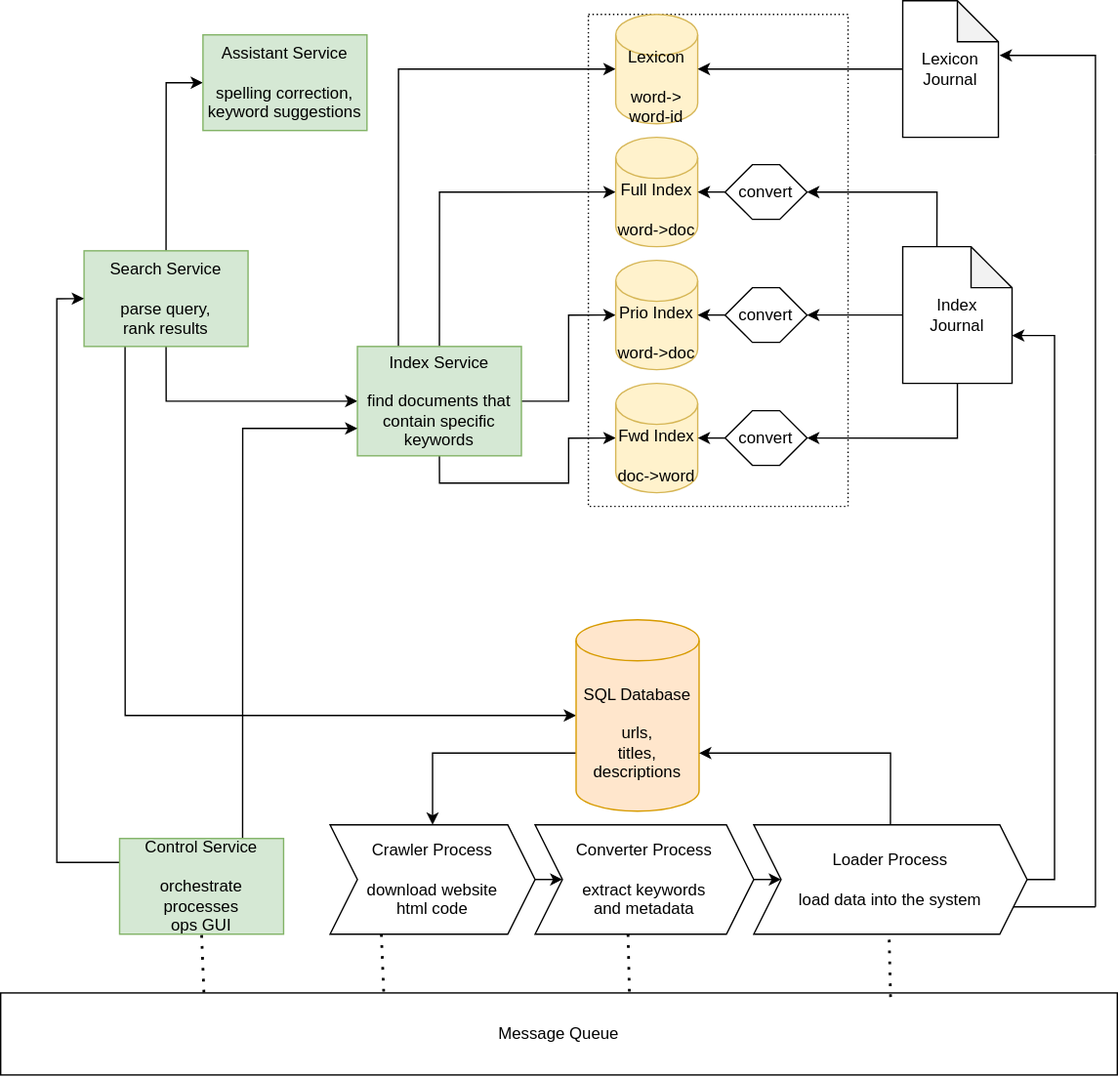
Above: doc/diagram/conceptual-overview.svg in MarginaliaSearch/MarginaliaSearch (draw.io), before the change. Source tidied: cells renumbered, new cells last; positions are measured from the earlier drawing's top-left corner, leaving out a move shared by most shapes.
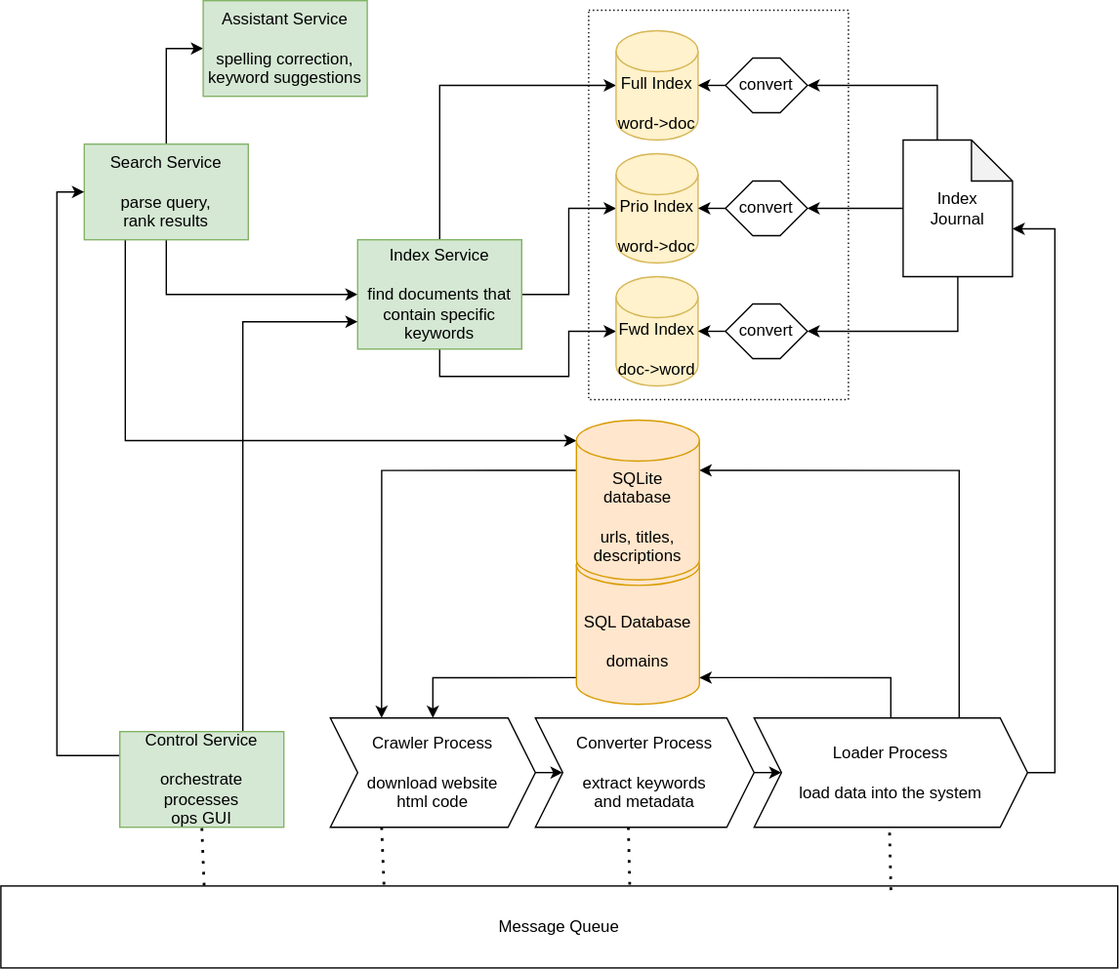
Later version of the same file.

Commit message:
(doc)  Update conceptual-overview.svg to reflect the removal of the lexicon

Diff of the diagram source:
```diff
@@ -3,7 +3,7 @@
     <mxCell id="0" />
     <mxCell id="1" parent="0" />
     <mxCell id="2" style="rounded=0;whiteSpace=wrap;html=1;dashed=1;dashPattern=1 2;" parent="1" vertex="1">
-      <mxGeometry x="430" y="10" width="190" height="360" as="geometry" />
+      <mxGeometry x="430" y="85" width="190" height="285" as="geometry" />
     </mxCell>
     <mxCell id="3" style="edgeStyle=orthogonalEdgeStyle;rounded=0;jettySize=auto;html=1;exitX=0.5;exitY=0;exitDx=0;exitDy=0;entryX=0;entryY=0.5;entryDx=0;entryDy=0;" parent="1" edge="1" source="6" target="7">
       <mxGeometry relative="1" as="geometry" />
@@ -11,14 +11,14 @@
     <mxCell id="4" style="edgeStyle=orthogonalEdgeStyle;rounded=0;jettySize=auto;html=1;exitX=0.5;exitY=1;exitDx=0;exitDy=0;entryX=0;entryY=0.5;entryDx=0;entryDy=0;" parent="1" edge="1" source="6" target="12">
       <mxGeometry relative="1" as="geometry" />
     </mxCell>
-    <mxCell id="5" style="edgeStyle=orthogonalEdgeStyle;rounded=0;jettySize=auto;html=1;exitX=0.25;exitY=1;exitDx=0;exitDy=0;entryX=0;entryY=0.5;entryDx=0;entryDy=0;entryPerimeter=0;" parent="1" edge="1" source="6" target="17">
-      <mxGeometry relative="1" as="geometry" />
-    </mxCell>
+    <mxCell id="49" style="edgeStyle=orthogonalEdgeStyle;rounded=0;jettySize=auto;html=1;exitX=0.25;exitY=1;exitDx=0;exitDy=0;entryX=0;entryY=0;entryDx=0;entryDy=15;entryPerimeter=0;" parent="1" edge="1" source="6" target="52">
+      <mxGeometry relative="1" as="geometry" />
+    </mxCell>
     <mxCell id="6" value="Search Service&lt;br&gt;&lt;br&gt;parse query,&lt;br&gt;rank results" style="rounded=0;whiteSpace=wrap;html=1;fillColor=#d5e8d4;strokeColor=#82b366;" parent="1" vertex="1">
       <mxGeometry x="61" y="183" width="120" height="70" as="geometry" />
     </mxCell>
     <mxCell id="7" value="Assistant Service&lt;br&gt;&lt;br&gt;spelling correction,&lt;br&gt;keyword suggestions" style="rounded=0;whiteSpace=wrap;html=1;fillColor=#d5e8d4;strokeColor=#82b366;" parent="1" vertex="1">
-      <mxGeometry x="148" y="25" width="120" height="70" as="geometry" />
+      <mxGeometry x="148" y="78" width="120" height="70" as="geometry" />
     </mxCell>
     <mxCell id="8" style="edgeStyle=orthogonalEdgeStyle;rounded=0;jettySize=auto;html=1;exitX=1;exitY=0.5;exitDx=0;exitDy=0;entryX=0;entryY=0.5;entryDx=0;entryDy=0;entryPerimeter=0;" parent="1" edge="1" source="12" target="14">
       <mxGeometry relative="1" as="geometry" />
@@ -29,9 +29,6 @@
     <mxCell id="10" style="edgeStyle=orthogonalEdgeStyle;rounded=0;jettySize=auto;html=1;exitX=0.5;exitY=0;exitDx=0;exitDy=0;entryX=0;entryY=0.5;entryDx=0;entryDy=0;entryPerimeter=0;" parent="1" edge="1" source="12" target="15">
       <mxGeometry relative="1" as="geometry" />
     </mxCell>
-    <mxCell id="11" style="edgeStyle=orthogonalEdgeStyle;rounded=0;jettySize=auto;html=1;exitX=0.25;exitY=0;exitDx=0;exitDy=0;entryX=0;entryY=0.5;entryDx=0;entryDy=0;entryPerimeter=0;" parent="1" edge="1" source="12" target="35">
-      <mxGeometry relative="1" as="geometry" />
-    </mxCell>
     <mxCell id="12" value="&lt;div&gt;Index Service&lt;br&gt;&lt;br&gt;find documents that&lt;br&gt;contain specific keywords&lt;br&gt;&lt;/div&gt;" style="rounded=0;whiteSpace=wrap;html=1;fillColor=#d5e8d4;strokeColor=#82b366;" parent="1" vertex="1">
       <mxGeometry x="261" y="253" width="120" height="80" as="geometry" />
     </mxCell>
@@ -47,8 +44,8 @@
     <mxCell id="16" style="edgeStyle=orthogonalEdgeStyle;rounded=0;jettySize=auto;html=1;exitX=0;exitY=0;exitDx=0;exitDy=97.5;exitPerimeter=0;entryX=0.5;entryY=0;entryDx=0;entryDy=0;" parent="1" edge="1" source="17" target="25">
       <mxGeometry relative="1" as="geometry" />
     </mxCell>
-    <mxCell id="17" value="SQL Database&lt;br&gt;&lt;br&gt;urls, &lt;br&gt;titles, descriptions" style="shape=cylinder3;whiteSpace=wrap;html=1;boundedLbl=1;backgroundOutline=1;size=15;fillColor=#ffe6cc;strokeColor=#d79b00;" parent="1" vertex="1">
-      <mxGeometry x="421" y="453" width="90" height="140" as="geometry" />
+    <mxCell id="17" value="SQL Database&lt;br&gt;&lt;br&gt;domains" style="shape=cylinder3;whiteSpace=wrap;html=1;boundedLbl=1;backgroundOutline=1;size=15;fillColor=#ffe6cc;strokeColor=#d79b00;" parent="1" vertex="1">
+      <mxGeometry x="421" y="476" width="90" height="117" as="geometry" />
     </mxCell>
     <mxCell id="18" style="edgeStyle=orthogonalEdgeStyle;rounded=0;jettySize=auto;html=1;exitX=0;exitY=0.5;exitDx=0;exitDy=0;entryX=1;entryY=0.5;entryDx=0;entryDy=0;entryPerimeter=0;" parent="1" edge="1" source="19" target="15">
       <mxGeometry relative="1" as="geometry" />
@@ -86,6 +83,9 @@
     <mxCell id="29" style="edgeStyle=orthogonalEdgeStyle;rounded=0;jettySize=auto;html=1;exitX=1;exitY=0.5;exitDx=0;exitDy=0;entryX=0;entryY=0;entryDx=80;entryDy=65;entryPerimeter=0;" parent="1" edge="1" source="30" target="34">
       <mxGeometry relative="1" as="geometry" />
     </mxCell>
+    <mxCell id="50" style="edgeStyle=orthogonalEdgeStyle;rounded=0;jettySize=auto;html=1;exitX=0.75;exitY=0;exitDx=0;exitDy=0;entryX=1;entryY=0;entryDx=0;entryDy=36.75;entryPerimeter=0;" parent="1" edge="1" source="30" target="52">
+      <mxGeometry relative="1" as="geometry" />
+    </mxCell>
     <mxCell id="30" value="Loader Process&lt;br&gt;&lt;br&gt;load data into the system" style="shape=step;perimeter=stepPerimeter;whiteSpace=wrap;html=1;fixedSize=1;" parent="1" vertex="1">
       <mxGeometry x="551" y="603" width="200" height="80" as="geometry" />
     </mxCell>
@@ -101,35 +101,6 @@
     <mxCell id="34" value="Index &lt;br&gt;Journal" style="shape=note;whiteSpace=wrap;html=1;backgroundOutline=1;darkOpacity=0.05;" parent="1" vertex="1">
       <mxGeometry x="660" y="180" width="80" height="100" as="geometry" />
     </mxCell>
-    <mxCell id="35" value="Lexicon&lt;br&gt;&lt;br&gt;word-&amp;gt; word-id" style="shape=cylinder3;whiteSpace=wrap;html=1;boundedLbl=1;backgroundOutline=1;size=15;fillColor=#fff2cc;strokeColor=#d6b656;" parent="1" vertex="1">
-      <mxGeometry x="450" y="10" width="60" height="80" as="geometry" />
-    </mxCell>
-    <mxCell id="36" style="endArrow=none;html=1;rounded=0;" parent="1" edge="1">
-      <mxGeometry relative="1" as="geometry">
-        <mxPoint x="741" y="663" as="sourcePoint" />
-        <mxPoint x="801" y="663" as="targetPoint" />
-      </mxGeometry>
-    </mxCell>
-    <mxCell id="37" style="endArrow=none;html=1;rounded=0;" parent="1" edge="1">
-      <mxGeometry relative="1" as="geometry">
-        <mxPoint x="801" y="663" as="sourcePoint" />
-        <mxPoint x="801" y="113" as="targetPoint" />
-      </mxGeometry>
-    </mxCell>
-    <mxCell id="38" style="endArrow=classic;html=1;rounded=0;entryX=1.013;entryY=0.4;entryDx=0;entryDy=0;entryPerimeter=0;" parent="1" edge="1" target="40">
-      <mxGeometry relative="1" as="geometry">
-        <mxPoint x="801" y="113" as="sourcePoint" />
-        <Array as="points">
-          <mxPoint x="801" y="40" />
-        </Array>
-      </mxGeometry>
-    </mxCell>
-    <mxCell id="39" style="edgeStyle=orthogonalEdgeStyle;rounded=0;jettySize=auto;html=1;exitX=0;exitY=0.5;exitDx=0;exitDy=0;exitPerimeter=0;" parent="1" edge="1" source="40" target="35">
-      <mxGeometry relative="1" as="geometry" />
-    </mxCell>
-    <mxCell id="40" value="Lexicon&lt;br&gt;Journal" style="shape=note;whiteSpace=wrap;html=1;backgroundOutline=1;darkOpacity=0.05;" parent="1" vertex="1">
-      <mxGeometry x="660" width="70" height="100" as="geometry" />
-    </mxCell>
     <mxCell id="41" style="edgeStyle=orthogonalEdgeStyle;rounded=0;jettySize=auto;html=1;exitX=0;exitY=0.25;exitDx=0;exitDy=0;entryX=0;entryY=0.5;entryDx=0;entryDy=0;" parent="1" edge="1" source="43" target="6">
       <mxGeometry relative="1" as="geometry" />
     </mxCell>
@@ -160,5 +131,11 @@
     <mxCell id="48" style="endArrow=none;dashed=1;html=1;dashPattern=1 3;strokeWidth=2;rounded=0;entryX=0.5;entryY=1;entryDx=0;entryDy=0;exitX=0.182;exitY=-0.006;exitDx=0;exitDy=0;exitPerimeter=0;" parent="1" edge="1" source="44" target="43">
       <mxGeometry relative="1" as="geometry" />
     </mxCell>
+    <mxCell id="51" style="edgeStyle=orthogonalEdgeStyle;rounded=0;jettySize=auto;html=1;exitX=0;exitY=0;exitDx=0;exitDy=36.75;exitPerimeter=0;entryX=0.25;entryY=0;entryDx=0;entryDy=0;" parent="1" edge="1" source="52" target="25">
+      <mxGeometry relative="1" as="geometry" />
+    </mxCell>
+    <mxCell id="52" value="&lt;div&gt;SQLite database&lt;/div&gt;&lt;div&gt;&lt;br&gt;&lt;/div&gt;&lt;div&gt;urls, titles,&lt;/div&gt;&lt;div&gt;descriptions&lt;br&gt;&lt;/div&gt;" style="shape=cylinder3;whiteSpace=wrap;html=1;boundedLbl=1;backgroundOutline=1;size=15;fillColor=#ffe6cc;strokeColor=#d79b00;" parent="1" vertex="1">
+      <mxGeometry x="421" y="385" width="90" height="117" as="geometry" />
+    </mxCell>
   </root>
 </mxGraphModel>
```
